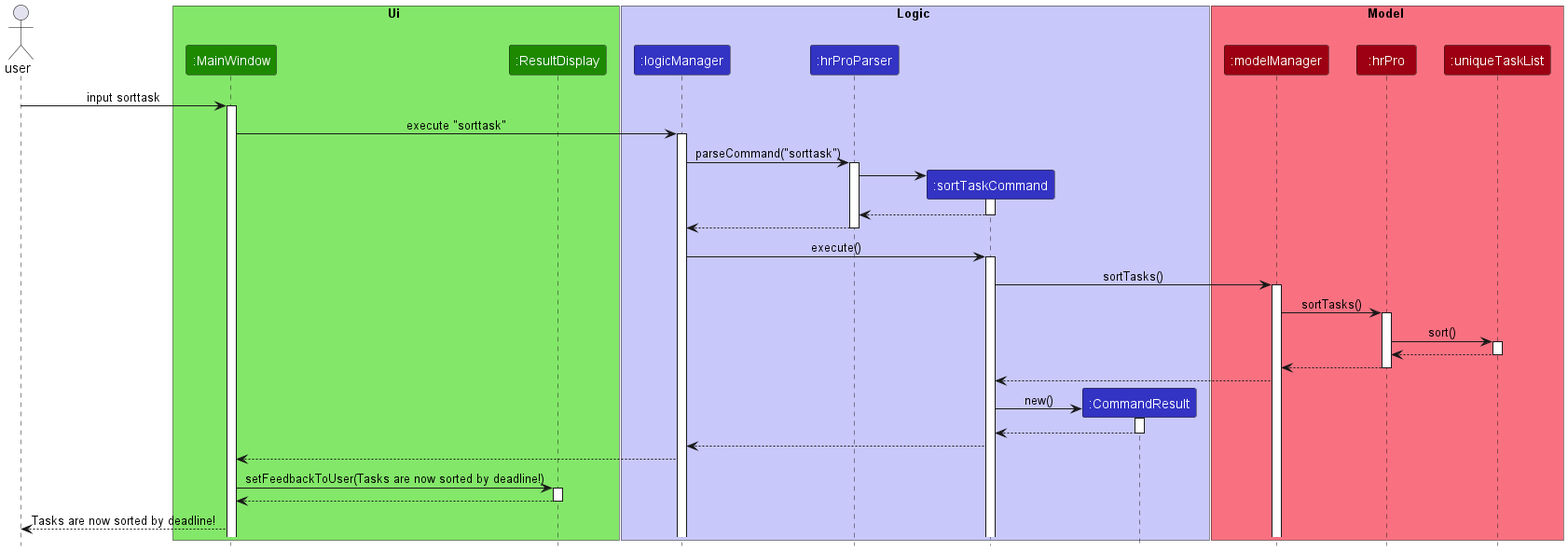
The PlantUML diagram docs/images/SortTaskSequenceDiagram.png in nus-cs2103-AY2223S1/tp, before a commit.
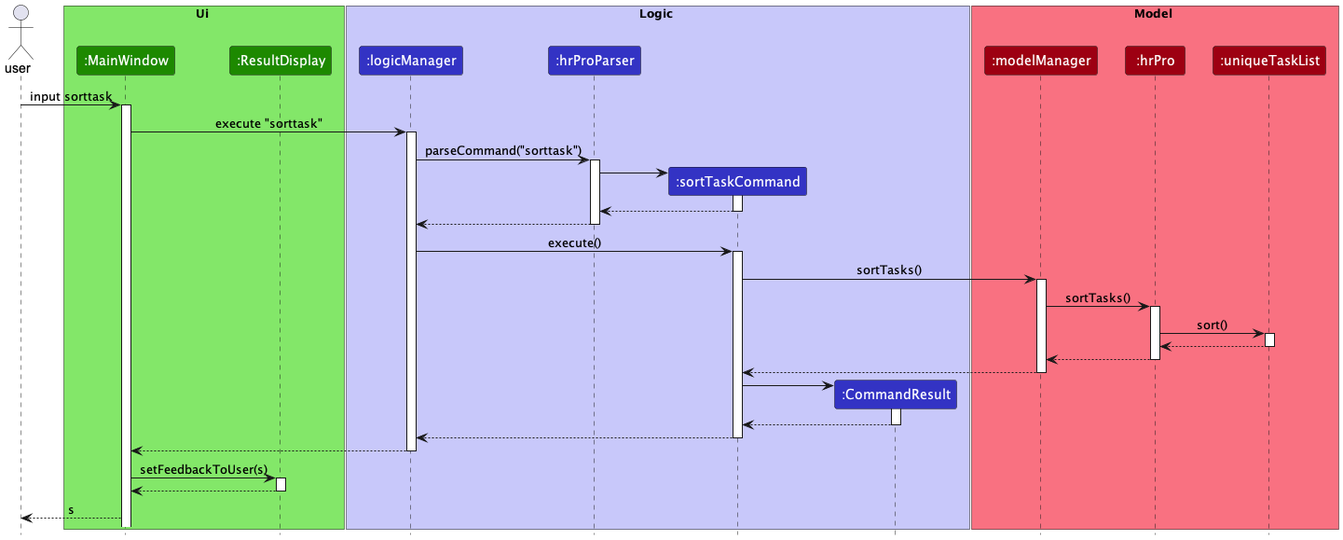
The same file after the commit.

What changed in the source:
```diff
@@ -60,24 +60,27 @@
 deactivate hrPro
 
 modelManager --> sortTaskCommand
+deactivate modelManager
 
 create commandResult
-sortTaskCommand -> commandResult : new()
+sortTaskCommand -> commandResult
 activate commandResult
 
 commandResult --> sortTaskCommand
 deactivate commandResult
 
 sortTaskCommand --> logicManager
+deactivate sortTaskCommand
 
 logicManager --> mainWindow
+deactivate logicManager
 
-mainWindow -> resultDisplay : setFeedbackToUser(Tasks are now sorted by deadline!)
+mainWindow -> resultDisplay : setFeedbackToUser(s)
 activate resultDisplay
 
 resultDisplay --> mainWindow
 deactivate resultDisplay
 
-mainWindow --> user : Tasks are now sorted by deadline!
+mainWindow --> user : s
 
 @enduml
```
